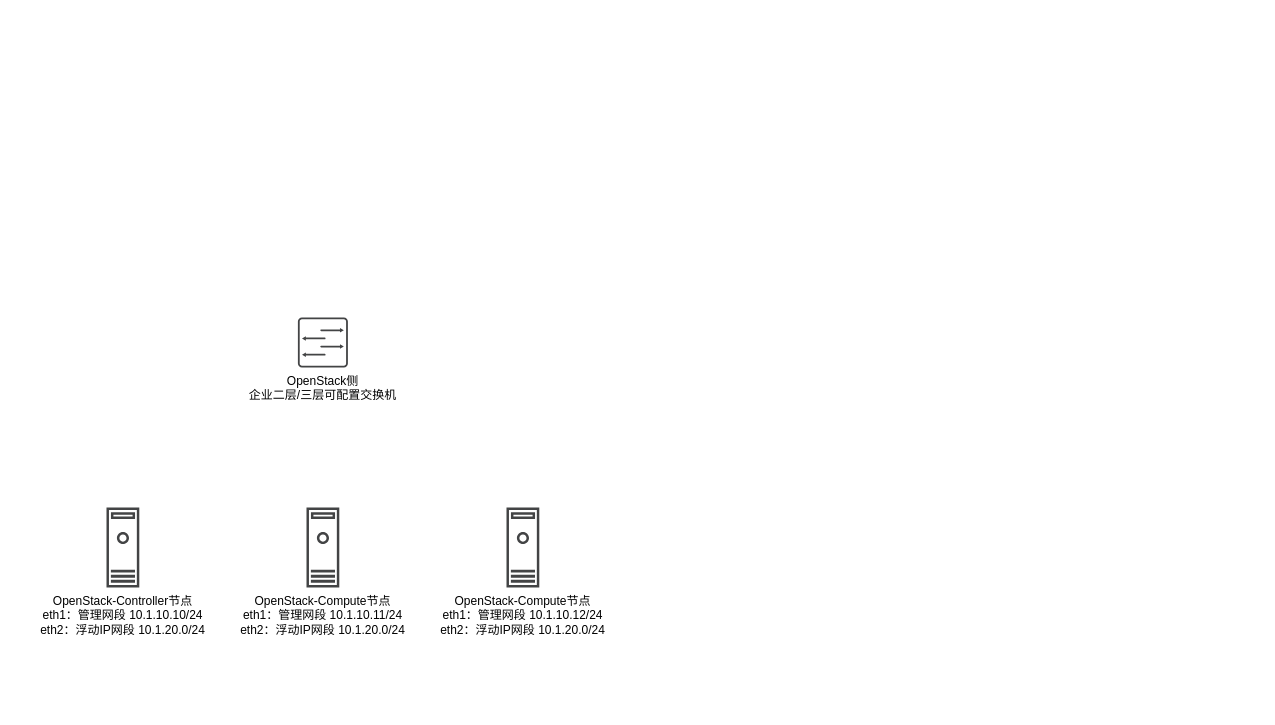
Above: 物理架构图.drawio in lrAltas/DrwaIO (draw.io), before the change. Source tidied: cells renumbered, new cells numbered last; positions are measured from the earlier drawing's top-left corner, leaving out a move shared by most shapes. Both pictures are drawn from the tidied source at 100%, with x=0, y=0 at pixel (106, 317).
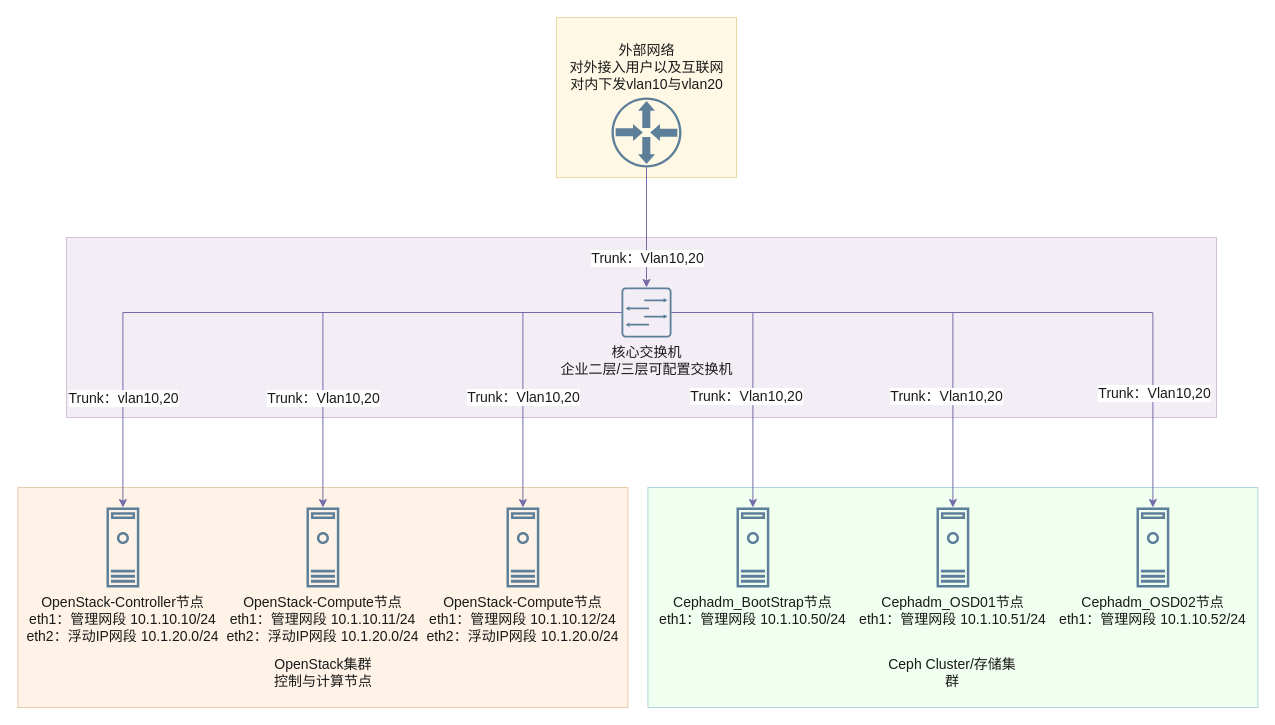
Above is the later version.

Commit message (it also covers changes not shown here):
更新物理架构图.drawio

What changed in the source:
```diff
@@
+    <mxCell id="6" style="rounded=0;whiteSpace=wrap;html=1;strokeColor=#d6b656;fillColor=#fff2cc;fontSize=14;opacity=50;" parent="1" vertex="1">
+      <mxGeometry x="450" y="-300" width="180" height="160" as="geometry" />
+    </mxCell>
+    <mxCell id="7" style="rounded=0;whiteSpace=wrap;html=1;strokeColor=#9673a6;fillColor=#e1d5e7;opacity=40;fontSize=14;" parent="1" vertex="1">
+      <mxGeometry x="-40" y="-80" width="1150" height="180" as="geometry" />
+    </mxCell>
+    <mxCell id="8" style="rounded=0;whiteSpace=wrap;html=1;opacity=30;fillColor=#CCFFCC;strokeColor=#10739e;fontSize=14;" parent="1" vertex="1">
+      <mxGeometry x="541.4" y="170" width="610" height="220" as="geometry" />
+    </mxCell>
+    <mxCell id="9" style="rounded=0;whiteSpace=wrap;html=1;strokeColor=#b46504;fillColor=#fad7ac;opacity=30;fontSize=14;" parent="1" vertex="1">
+      <mxGeometry x="-88.6" y="170" width="610" height="220" as="geometry" />
+    </mxCell>
-    <mxCell id="2" value="&lt;div&gt;OpenStack-Controller节点&lt;/div&gt;&lt;div&gt;eth1：管理网段 10.1.10.10/24&lt;/div&gt;&lt;div&gt;eth2：浮动IP网段 10.1.20.0/24&lt;/div&gt;" style="sketch=0;shadow=0;dashed=0;html=1;strokeColor=none;fillColor=#434445;labelPosition=center;verticalLabelPosition=bottom;verticalAlign=top;align=center;outlineConnect=0;shape=mxgraph.vvd.machine;" parent="1" vertex="1">
+    <mxCell id="2" value="&lt;div&gt;OpenStack-Controller节点&lt;/div&gt;&lt;div&gt;eth1：管理网段 10.1.10.10/24&lt;/div&gt;&lt;div&gt;eth2：浮动IP网段 10.1.20.0/24&lt;/div&gt;" style="sketch=0;shadow=0;dashed=0;html=1;strokeColor=none;fillColor=#5D7F99;labelPosition=center;verticalLabelPosition=bottom;verticalAlign=top;align=center;outlineConnect=0;shape=mxgraph.vvd.machine;labelBackgroundColor=none;fontColor=#1A1A1A;fontSize=14;" parent="1" vertex="1">
       <mxGeometry y="190" width="32.8" height="80" as="geometry" />
     </mxCell>
-    <mxCell id="3" value="&lt;div&gt;OpenStack-Compute节点&lt;/div&gt;&lt;div&gt;eth1：管理网段 10.1.10.11/24&lt;/div&gt;&lt;div&gt;eth2：浮动IP网段 10.1.20.0/24&lt;/div&gt;" style="sketch=0;shadow=0;dashed=0;html=1;strokeColor=none;fillColor=#434445;labelPosition=center;verticalLabelPosition=bottom;verticalAlign=top;align=center;outlineConnect=0;shape=mxgraph.vvd.machine;" parent="1" vertex="1">
+    <mxCell id="3" value="&lt;div&gt;OpenStack-Compute节点&lt;/div&gt;&lt;div&gt;eth1：管理网段 10.1.10.11/24&lt;/div&gt;&lt;div&gt;eth2：浮动IP网段 10.1.20.0/24&lt;/div&gt;" style="sketch=0;shadow=0;dashed=0;html=1;strokeColor=none;fillColor=#5D7F99;labelPosition=center;verticalLabelPosition=bottom;verticalAlign=top;align=center;outlineConnect=0;shape=mxgraph.vvd.machine;labelBackgroundColor=none;fontColor=#1A1A1A;fontSize=14;" parent="1" vertex="1">
       <mxGeometry x="200" y="190" width="32.8" height="80" as="geometry" />
     </mxCell>
-    <mxCell id="4" value="&lt;div&gt;OpenStack-Compute节点&lt;/div&gt;&lt;div&gt;eth1：管理网段 10.1.10.12/24&lt;/div&gt;&lt;div&gt;eth2：浮动IP网段 10.1.20.0/24&lt;/div&gt;" style="sketch=0;shadow=0;dashed=0;html=1;strokeColor=none;fillColor=#434445;labelPosition=center;verticalLabelPosition=bottom;verticalAlign=top;align=center;outlineConnect=0;shape=mxgraph.vvd.machine;" parent="1" vertex="1">
+    <mxCell id="4" value="&lt;div&gt;OpenStack-Compute节点&lt;/div&gt;&lt;div&gt;eth1：管理网段 10.1.10.12/24&lt;/div&gt;&lt;div&gt;eth2：浮动IP网段 10.1.20.0/24&lt;/div&gt;" style="sketch=0;shadow=0;dashed=0;html=1;strokeColor=none;fillColor=#5D7F99;labelPosition=center;verticalLabelPosition=bottom;verticalAlign=top;align=center;outlineConnect=0;shape=mxgraph.vvd.machine;labelBackgroundColor=none;fontColor=#1A1A1A;fontSize=14;" parent="1" vertex="1">
       <mxGeometry x="400" y="190" width="32.8" height="80" as="geometry" />
     </mxCell>
+    <mxCell id="10" style="edgeStyle=orthogonalEdgeStyle;rounded=0;jettySize=auto;html=1;labelBackgroundColor=none;strokeColor=#736CA8;fontColor=default;fontSize=14;" parent="1" edge="1" source="5" target="2">
+      <mxGeometry relative="1" as="geometry" />
+    </mxCell>
+    <mxCell id="11" value="Trunk：vlan10,20" style="edgeLabel;html=1;align=center;verticalAlign=middle;strokeColor=#D0CEE2;fontColor=#1A1A1A;fillColor=#5D7F99;fontSize=14;" parent="10" vertex="1">
+      <mxGeometry x="0.65" y="1" relative="1" as="geometry">
+        <mxPoint x="-1" y="12" as="offset" />
+      </mxGeometry>
+    </mxCell>
+    <mxCell id="12" style="edgeStyle=orthogonalEdgeStyle;rounded=0;jettySize=auto;html=1;labelBackgroundColor=none;strokeColor=#736CA8;fontColor=default;fontSize=14;" parent="1" edge="1" source="5" target="3">
+      <mxGeometry relative="1" as="geometry" />
+    </mxCell>
+    <mxCell id="13" style="edgeLabel;html=1;align=center;verticalAlign=middle;strokeColor=#D0CEE2;fontColor=#1A1A1A;fillColor=#5D7F99;fontSize=14;" parent="12" vertex="1">
+      <mxGeometry x="0.19" y="1" relative="1" as="geometry">
+        <mxPoint x="-1" y="-41" as="offset" />
+      </mxGeometry>
+    </mxCell>
+    <mxCell id="14" style="edgeStyle=orthogonalEdgeStyle;rounded=0;jettySize=auto;html=1;labelBackgroundColor=none;strokeColor=#736CA8;fontColor=default;fontSize=14;" parent="1" edge="1" source="5" target="4">
+      <mxGeometry relative="1" as="geometry" />
+    </mxCell>
+    <mxCell id="15" value="Trunk：Vlan10,20" style="edgeLabel;html=1;align=center;verticalAlign=middle;strokeColor=#D0CEE2;fontColor=#1A1A1A;fillColor=#5D7F99;fontSize=14;" parent="14" vertex="1">
+      <mxGeometry x="0.65" y="1" relative="1" as="geometry">
+        <mxPoint x="-1" y="-59" as="offset" />
+      </mxGeometry>
+    </mxCell>
+    <mxCell id="16" style="edgeStyle=orthogonalEdgeStyle;rounded=0;jettySize=auto;html=1;strokeColor=#736CA8;fontColor=#1A1A1A;" parent="1" edge="1" source="5" target="19">
+      <mxGeometry relative="1" as="geometry" />
+    </mxCell>
+    <mxCell id="17" style="edgeStyle=orthogonalEdgeStyle;rounded=0;jettySize=auto;html=1;strokeColor=#736CA8;fontColor=#1A1A1A;" parent="1" edge="1" source="5" target="20">
+      <mxGeometry relative="1" as="geometry" />
+    </mxCell>
+    <mxCell id="18" style="edgeStyle=orthogonalEdgeStyle;rounded=0;jettySize=auto;html=1;strokeColor=#736CA8;fontColor=#1A1A1A;" parent="1" edge="1" source="5" target="21">
+      <mxGeometry relative="1" as="geometry" />
+    </mxCell>
-    <mxCell id="5" value="&lt;div&gt;&lt;div&gt;OpenStack侧&lt;/div&gt;&lt;/div&gt;&lt;div&gt;企业二层/三层可配置交换机&lt;/div&gt;" style="sketch=0;shadow=0;dashed=0;html=1;strokeColor=none;fillColor=#434445;labelPosition=center;verticalLabelPosition=bottom;verticalAlign=top;align=center;outlineConnect=0;shape=mxgraph.vvd.switch;" parent="1" vertex="1">
-      <mxGeometry x="191.4" width="50" height="50" as="geometry" />
+    <mxCell id="5" value="&lt;div&gt;&lt;div&gt;核心交换机&lt;/div&gt;&lt;/div&gt;&lt;div&gt;企业二层/三层可配置交换机&lt;/div&gt;" style="sketch=0;shadow=0;dashed=0;html=1;strokeColor=none;fillColor=#5D7F99;labelPosition=center;verticalLabelPosition=bottom;verticalAlign=top;align=center;outlineConnect=0;shape=mxgraph.vvd.switch;labelBackgroundColor=none;fontColor=#1A1A1A;fontSize=14;" parent="1" vertex="1">
+      <mxGeometry x="515" y="-30" width="50" height="50" as="geometry" />
     </mxCell>
+    <mxCell id="19" value="&lt;div&gt;Cephadm_BootStrap节点&lt;/div&gt;&lt;div&gt;eth1：管理网段 10.1.10.50/24&lt;/div&gt;" style="sketch=0;shadow=0;dashed=0;html=1;strokeColor=none;fillColor=#5D7F99;labelPosition=center;verticalLabelPosition=bottom;verticalAlign=top;align=center;outlineConnect=0;shape=mxgraph.vvd.machine;labelBackgroundColor=none;fontColor=#1A1A1A;fontSize=14;" parent="1" vertex="1">
+      <mxGeometry x="630" y="190" width="32.8" height="80" as="geometry" />
+    </mxCell>
+    <mxCell id="20" value="&lt;div&gt;Cephadm_OSD01节点&lt;/div&gt;&lt;div&gt;eth1：管理网段 10.1.10.51/24&lt;/div&gt;&lt;div&gt;&lt;br&gt;&lt;/div&gt;" style="sketch=0;shadow=0;dashed=0;html=1;strokeColor=none;fillColor=#5D7F99;labelPosition=center;verticalLabelPosition=bottom;verticalAlign=top;align=center;outlineConnect=0;shape=mxgraph.vvd.machine;labelBackgroundColor=none;fontColor=#1A1A1A;fontSize=14;" parent="1" vertex="1">
+      <mxGeometry x="830" y="190" width="32.8" height="80" as="geometry" />
+    </mxCell>
+    <mxCell id="21" value="&lt;div&gt;&lt;div&gt;Cephadm_OSD02节点&lt;/div&gt;&lt;/div&gt;&lt;div&gt;eth1：管理网段 10.1.10.52/24&lt;/div&gt;&lt;div&gt;&lt;br&gt;&lt;/div&gt;" style="sketch=0;shadow=0;dashed=0;html=1;strokeColor=none;fillColor=#5D7F99;labelPosition=center;verticalLabelPosition=bottom;verticalAlign=top;align=center;outlineConnect=0;shape=mxgraph.vvd.machine;labelBackgroundColor=none;fontColor=#1A1A1A;fontSize=14;" parent="1" vertex="1">
+      <mxGeometry x="1030" y="190" width="32.8" height="80" as="geometry" />
+    </mxCell>
+    <mxCell id="22" style="edgeStyle=orthogonalEdgeStyle;rounded=0;jettySize=auto;html=1;labelBackgroundColor=none;strokeColor=#736CA8;fontColor=default;fontSize=14;" parent="1" edge="1" source="24" target="5">
+      <mxGeometry relative="1" as="geometry" />
+    </mxCell>
+    <mxCell id="23" value="Trunk：Vlan10,20" style="edgeLabel;html=1;align=center;verticalAlign=middle;strokeColor=#D0CEE2;fontColor=#1A1A1A;fillColor=#5D7F99;fontSize=14;" parent="22" vertex="1">
+      <mxGeometry x="-0.22" y="-1" relative="1" as="geometry">
+        <mxPoint x="1" y="43" as="offset" />
+      </mxGeometry>
+    </mxCell>
+    <mxCell id="24" style="sketch=0;shadow=0;dashed=0;html=1;strokeColor=none;fillColor=#5D7F99;labelPosition=center;verticalLabelPosition=bottom;verticalAlign=top;align=center;outlineConnect=0;shape=mxgraph.vvd.physical_upstream_router;labelBackgroundColor=none;fontColor=#1A1A1A;fontSize=14;" parent="1" vertex="1">
+      <mxGeometry x="505" y="-220" width="70" height="70" as="geometry" />
+    </mxCell>
+    <mxCell id="25" value="&lt;div&gt;OpenStack集群&lt;/div&gt;&lt;div&gt;控制与计算节点&lt;/div&gt;" style="text;html=1;whiteSpace=wrap;strokeColor=none;fillColor=none;align=center;verticalAlign=middle;rounded=0;fontColor=#1A1A1A;fontSize=14;" parent="1" vertex="1">
+      <mxGeometry x="164.6" y="340" width="103.6" height="30" as="geometry" />
+    </mxCell>
+    <mxCell id="26" value="Ceph Cluster/存储集群" style="text;html=1;whiteSpace=wrap;strokeColor=none;fillColor=none;align=center;verticalAlign=middle;rounded=0;fontColor=#1A1A1A;fontSize=14;" parent="1" vertex="1">
+      <mxGeometry x="781.4" y="340" width="130" height="30" as="geometry" />
+    </mxCell>
+    <mxCell id="27" value="&lt;div&gt;外部网络&lt;/div&gt;&lt;div&gt;对外接入用户以及互联网&lt;/div&gt;&lt;div&gt;对内下发vlan10与vlan20&lt;/div&gt;" style="text;html=1;whiteSpace=wrap;strokeColor=none;fillColor=none;align=center;verticalAlign=middle;rounded=0;fontColor=#1A1A1A;fontSize=14;" parent="1" vertex="1">
+      <mxGeometry x="452.5" y="-270" width="175" height="40" as="geometry" />
+    </mxCell>
+    <mxCell id="28" value="Trunk：Vlan10,20" style="edgeLabel;html=1;align=center;verticalAlign=middle;strokeColor=#D0CEE2;fontColor=#1A1A1A;fillColor=#5D7F99;fontSize=14;" parent="1" vertex="1">
+      <mxGeometry x="216.4" y="80" as="geometry" />
+    </mxCell>
+    <mxCell id="29" value="Trunk：Vlan10,20" style="edgeLabel;html=1;align=center;verticalAlign=middle;strokeColor=#D0CEE2;fontColor=#1A1A1A;fillColor=#5D7F99;fontSize=14;" parent="1" vertex="1">
+      <mxGeometry x="646.4" y="80" as="geometry">
+        <mxPoint x="-7" y="-2" as="offset" />
+      </mxGeometry>
+    </mxCell>
+    <mxCell id="30" value="Trunk：Vlan10,20" style="edgeLabel;html=1;align=center;verticalAlign=middle;strokeColor=#D0CEE2;fontColor=#1A1A1A;fillColor=#5D7F99;fontSize=14;" parent="1" vertex="1">
+      <mxGeometry x="846.4" y="80" as="geometry">
+        <mxPoint x="-7" y="-2" as="offset" />
+      </mxGeometry>
+    </mxCell>
+    <mxCell id="31" value="Trunk：Vlan10,20" style="edgeLabel;html=1;align=center;verticalAlign=middle;strokeColor=#D0CEE2;fontColor=#1A1A1A;fillColor=#5D7F99;fontSize=14;" parent="1" vertex="1">
+      <mxGeometry x="990" y="80" as="geometry">
+        <mxPoint x="57" y="-5" as="offset" />
+      </mxGeometry>
+    </mxCell>
```
